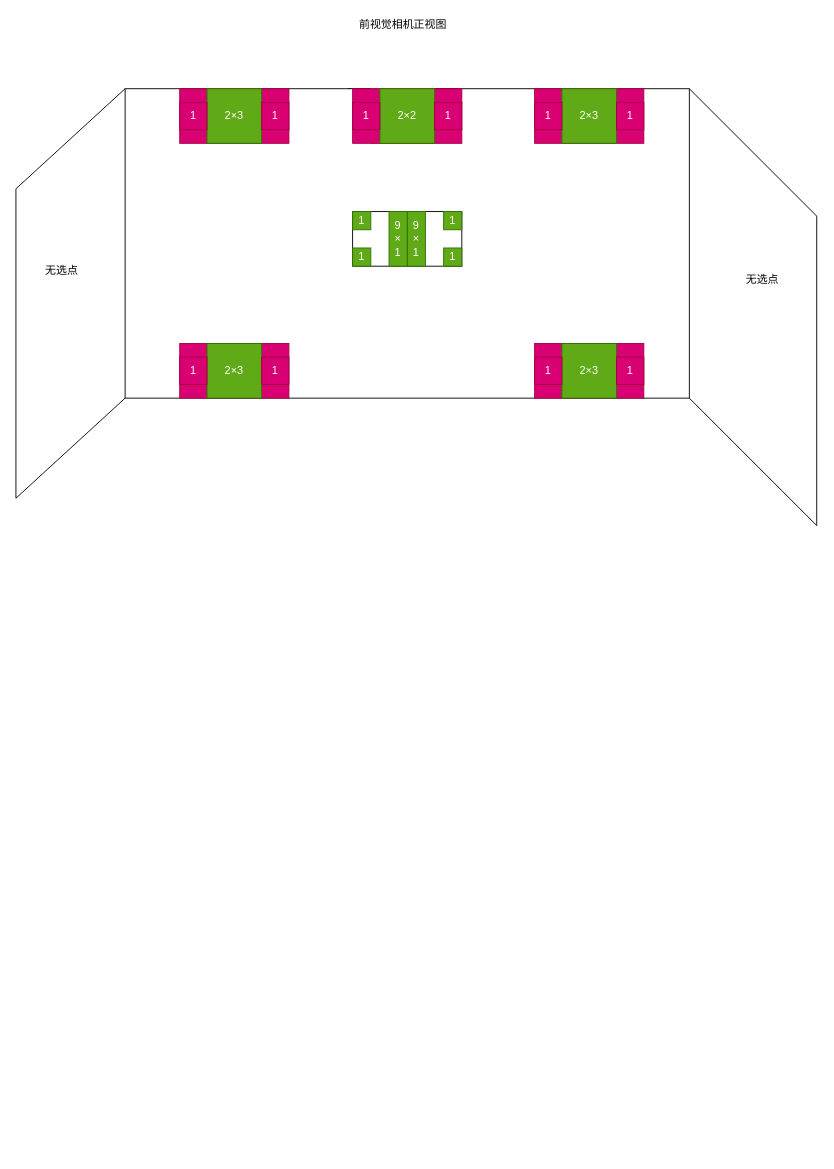
Before: work.drawio in minxin126/corejava, a draw.io diagram. Source tidied: cells renumbered, new cells numbered last; positions are measured from the earlier drawing's top-left corner, leaving out a move shared by most shapes. Both pictures are drawn from the tidied source at 91%, with x=0, y=0 at pixel (15, 15).
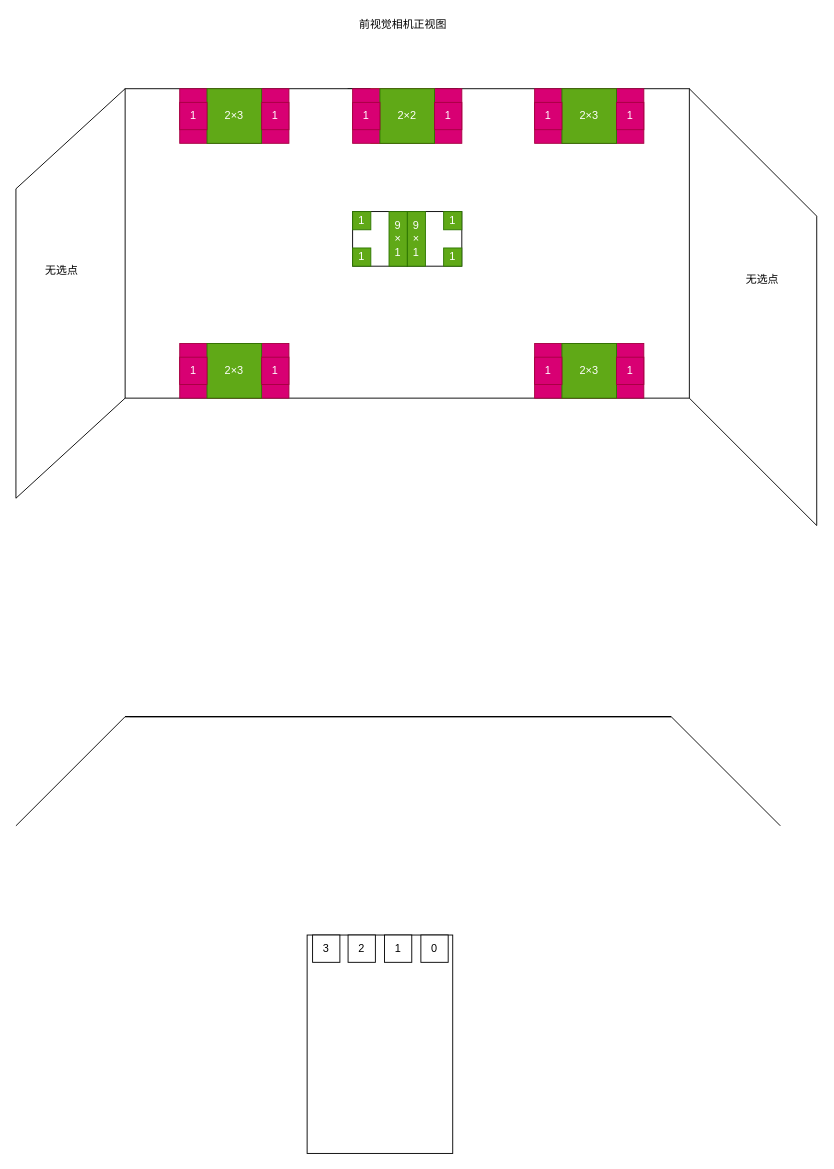
Above is the later version.

Change to the diagram source:
```diff
@@
+    <mxCell id="42" style="endArrow=none;html=1;" parent="1" edge="1">
+      <mxGeometry relative="1" as="geometry">
+        <mxPoint x="125" y="770" as="sourcePoint" />
+        <mxPoint x="720" y="770" as="targetPoint" />
+      </mxGeometry>
+    </mxCell>
+    <mxCell id="43" style="endArrow=none;html=1;" parent="1" edge="1">
+      <mxGeometry relative="1" as="geometry">
+        <mxPoint y="890" as="sourcePoint" />
+        <mxPoint x="120" y="770" as="targetPoint" />
+      </mxGeometry>
+    </mxCell>
+    <mxCell id="44" style="endArrow=none;html=1;" parent="1" edge="1">
+      <mxGeometry relative="1" as="geometry">
+        <mxPoint x="840" y="890" as="sourcePoint" />
+        <mxPoint x="720" y="770" as="targetPoint" />
+      </mxGeometry>
+    </mxCell>
+    <mxCell id="45" style="endArrow=none;html=1;" parent="1" edge="1">
+      <mxGeometry relative="1" as="geometry">
+        <mxPoint x="120" y="770" as="sourcePoint" />
+        <mxPoint x="720" y="770" as="targetPoint" />
+      </mxGeometry>
+    </mxCell>
+    <mxCell id="46" style="endArrow=none;html=1;" parent="1" edge="1">
+      <mxGeometry relative="1" as="geometry">
+        <mxPoint x="120" y="770" as="sourcePoint" />
+        <mxPoint x="720" y="770" as="targetPoint" />
+      </mxGeometry>
+    </mxCell>
+    <mxCell id="47" style="endArrow=none;html=1;" parent="1" edge="1">
+      <mxGeometry relative="1" as="geometry">
+        <mxPoint x="120" y="770" as="sourcePoint" />
+        <mxPoint x="720" y="770" as="targetPoint" />
+      </mxGeometry>
+    </mxCell>
+    <mxCell id="48" style="rounded=0;whiteSpace=wrap;html=1;" parent="1" vertex="1">
+      <mxGeometry x="320" y="1010" width="160" height="240" as="geometry" />
+    </mxCell>
+    <mxCell id="49" value="0" style="whiteSpace=wrap;html=1;" parent="1" vertex="1">
+      <mxGeometry x="445" y="1010" width="30" height="30" as="geometry" />
+    </mxCell>
+    <mxCell id="50" value="2" style="whiteSpace=wrap;html=1;" parent="1" vertex="1">
+      <mxGeometry x="365" y="1010" width="30" height="30" as="geometry" />
+    </mxCell>
+    <mxCell id="51" value="1" style="whiteSpace=wrap;html=1;" parent="1" vertex="1">
+      <mxGeometry x="405" y="1010" width="30" height="30" as="geometry" />
+    </mxCell>
+    <mxCell id="52" value="3" style="whiteSpace=wrap;html=1;" parent="1" vertex="1">
+      <mxGeometry x="326" y="1010" width="30" height="30" as="geometry" />
+    </mxCell>
```
